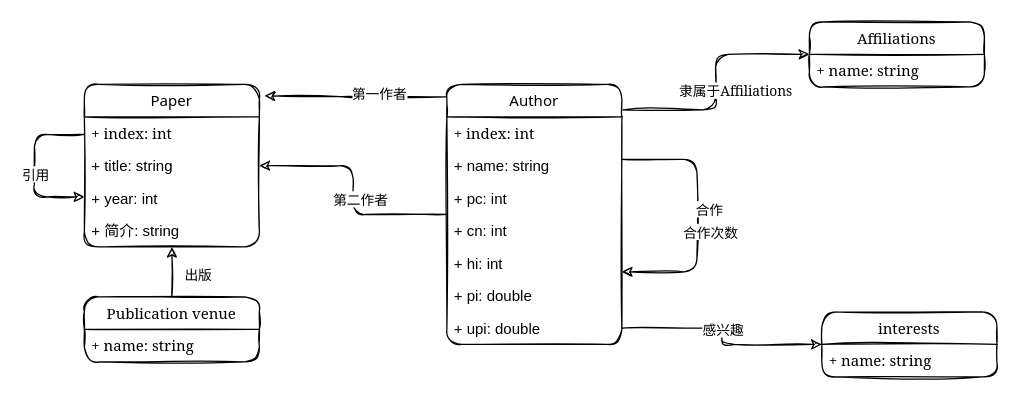
Before: 资料/BussinessIntelligence.drawio in dannyXSC/BusinessIntelligence, a draw.io diagram. Source tidied: cells renumbered, new cells numbered last; positions are measured from the earlier drawing's top-left corner, leaving out a move shared by most shapes. Both pictures are drawn from the tidied source at 125%, with x=0, y=0 at pixel (34, 21).
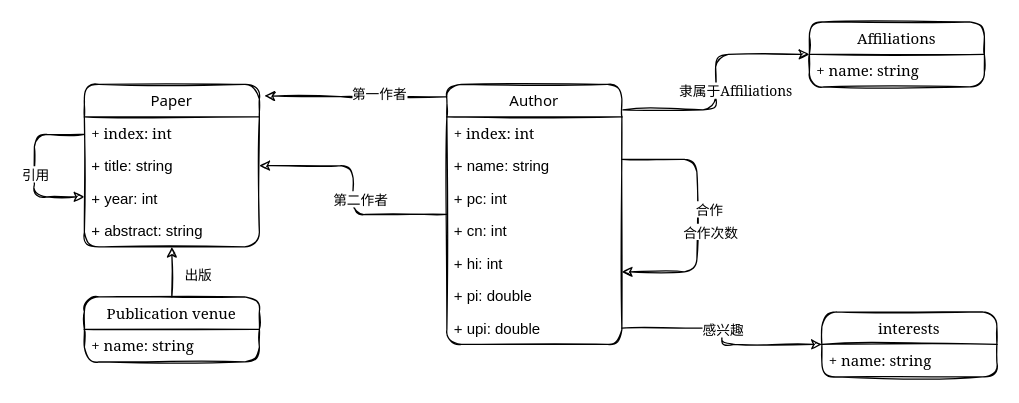
The same page after the edit.

The change refers to these unchanged cells:
```xml
<mxCell id="22" value="Paper" style="swimlane;fontStyle=0;horizontal=1;startSize=26;fillColor=none;rounded=1;shadow=0;glass=0;sketch=1;fontFamily=Tahoma;" parent="1" vertex="1">
  <mxGeometry x="40" y="50" width="140" height="130" as="geometry" />
</mxCell>
```

Change to the diagram source:
```diff
@@
-    <mxCell id="26" value="+ 简介: string" style="text;strokeColor=none;fillColor=none;align=left;verticalAlign=top;spacingLeft=4;spacingRight=4;overflow=hidden;rounded=1;shadow=0;glass=0;sketch=1;" parent="22" vertex="1">
+    <mxCell id="26" value="+ abstract: string" style="text;strokeColor=none;fillColor=none;align=left;verticalAlign=top;spacingLeft=4;spacingRight=4;overflow=hidden;rounded=1;shadow=0;glass=0;sketch=1;" parent="22" vertex="1">
       <mxGeometry y="104" width="140" height="26" as="geometry" />
     </mxCell>
```
